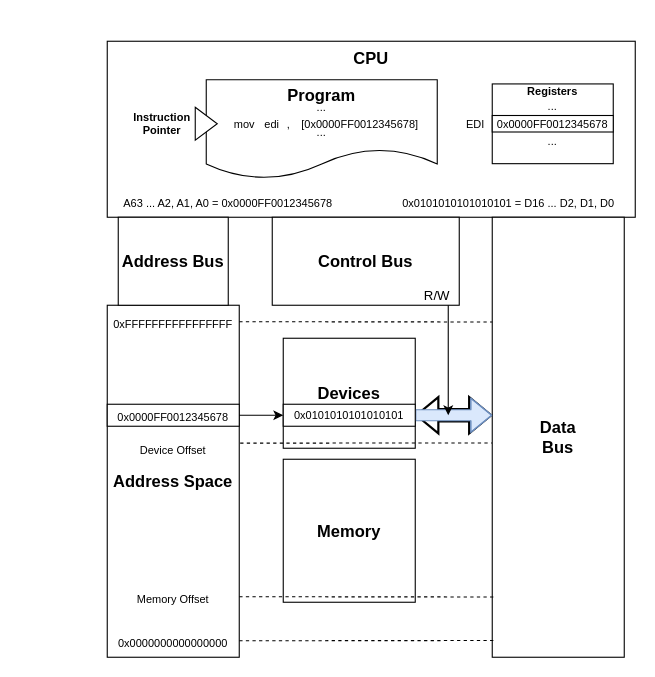
This is page "MMIO" (1 of 2) of mmio_and_pmio.drawio from vmuxIO/diagrams, a draw.io file, before an edit. Source tidied: cells renumbered, new cells numbered last; positions are measured from the earlier drawing's top-left corner, leaving out a move shared by most shapes. Both pictures are drawn from the tidied source at 110%, with x=0, y=0 at pixel (107, 41).
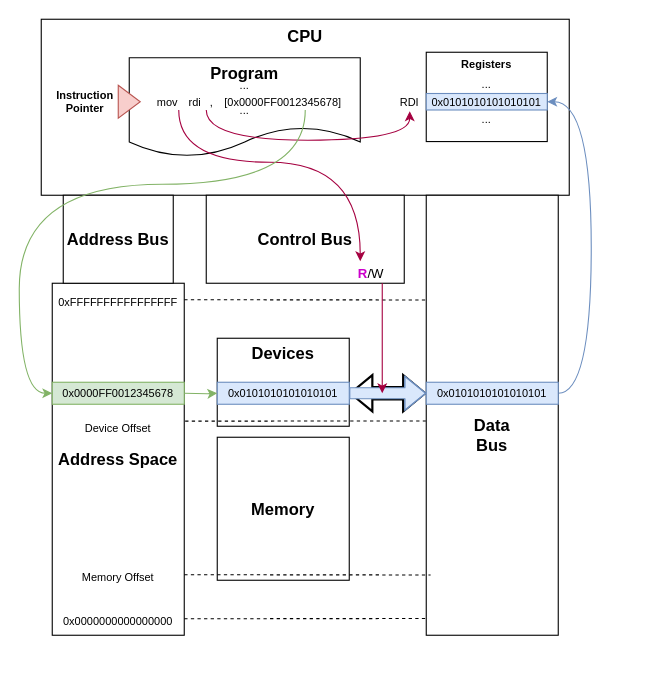
The same diagram, later.

What changed in the source:
```diff
@@
     <mxCell id="2" value="&lt;div&gt;&lt;font style=&quot;font-size: 15px;&quot;&gt;CPU&lt;br&gt;&lt;/font&gt;&lt;/div&gt;&lt;div&gt;&lt;br&gt;&lt;/div&gt;&lt;div&gt;&lt;br&gt;&lt;/div&gt;&lt;div&gt;&lt;br&gt;&lt;/div&gt;&lt;div&gt;&lt;br&gt;&lt;/div&gt;&lt;div&gt;&lt;br&gt;&lt;font style=&quot;font-size: 15px;&quot;&gt;&lt;/font&gt;&lt;/div&gt;&lt;div&gt;&lt;br&gt;&lt;/div&gt;&lt;div&gt;&lt;br&gt;&lt;/div&gt;&lt;div&gt;&lt;br&gt;&lt;/div&gt;&lt;div&gt;&lt;br&gt;&lt;/div&gt;" style="rounded=0;whiteSpace=wrap;html=1;fontStyle=1;" parent="1" vertex="1">
-      <mxGeometry width="480" height="160" as="geometry" />
+      <mxGeometry x="-60" y="-20" width="480" height="160" as="geometry" />
     </mxCell>
     <mxCell id="3" value="&lt;b&gt;Address Space&lt;/b&gt;" style="rounded=0;whiteSpace=wrap;html=1;fontSize=15;" parent="1" vertex="1">
-      <mxGeometry y="240" width="120" height="320" as="geometry" />
+      <mxGeometry x="-50" y="220" width="120" height="320" as="geometry" />
     </mxCell>
     <mxCell id="4" value="&lt;b&gt;Memory&lt;/b&gt;" style="rounded=0;whiteSpace=wrap;html=1;fontSize=15;" parent="1" vertex="1">
-      <mxGeometry x="160" y="380" width="120" height="130" as="geometry" />
+      <mxGeometry x="100" y="360" width="120" height="130" as="geometry" />
     </mxCell>
+    <mxCell id="41" style="edgeStyle=orthogonalEdgeStyle;rounded=0;jettySize=auto;html=1;entryX=1;entryY=0.5;entryDx=0;entryDy=0;fontSize=10;fontColor=#3399FF;strokeWidth=1;fillColor=#dae8fc;strokeColor=#6c8ebf;curved=1;exitX=1;exitY=0.5;exitDx=0;exitDy=0;" parent="1" edge="1" source="46" target="37">
+      <mxGeometry relative="1" as="geometry">
+        <Array as="points">
+          <mxPoint x="440" y="320" />
+          <mxPoint x="440" y="55" />
+        </Array>
+      </mxGeometry>
+    </mxCell>
-    <mxCell id="5" value="&lt;div&gt;&lt;b&gt;Data&lt;/b&gt;&lt;/div&gt;&lt;div&gt;&lt;b&gt;Bus&lt;br&gt;&lt;/b&gt;&lt;/div&gt;" style="rounded=0;whiteSpace=wrap;html=1;fontSize=15;" parent="1" vertex="1">
-      <mxGeometry x="350" y="160" width="120" height="400" as="geometry" />
+    <mxCell id="5" value="&lt;div&gt;&lt;br&gt;&lt;/div&gt;&lt;div&gt;&lt;br&gt;&lt;/div&gt;&lt;div&gt;&lt;b&gt;Data&lt;/b&gt;&lt;/div&gt;&lt;div&gt;&lt;b&gt;Bus&lt;br&gt;&lt;/b&gt;&lt;/div&gt;" style="rounded=0;whiteSpace=wrap;html=1;fontSize=15;" parent="1" vertex="1">
+      <mxGeometry x="290" y="140" width="120" height="400" as="geometry" />
     </mxCell>
     <mxCell id="6" value="&lt;b&gt;Address Bus&lt;/b&gt;" style="rounded=0;whiteSpace=wrap;html=1;fontSize=15;" parent="1" vertex="1">
-      <mxGeometry x="10" y="160" width="100" height="80" as="geometry" />
+      <mxGeometry x="-40" y="140" width="100" height="80" as="geometry" />
     </mxCell>
-    <mxCell id="7" value="&lt;b&gt;Devices&lt;/b&gt;" style="rounded=0;whiteSpace=wrap;html=1;fontSize=15;" parent="1" vertex="1">
-      <mxGeometry x="160" y="270" width="120" height="100" as="geometry" />
+    <mxCell id="7" value="&lt;div&gt;&lt;b&gt;Devices&lt;br&gt;&lt;/b&gt;&lt;/div&gt;&lt;div&gt;&lt;br&gt;&lt;b&gt;&lt;/b&gt;&lt;/div&gt;&lt;div&gt;&lt;br&gt;&lt;/div&gt;&lt;div&gt;&lt;br&gt;&lt;/div&gt;" style="rounded=0;whiteSpace=wrap;html=1;fontSize=15;" parent="1" vertex="1">
+      <mxGeometry x="100" y="270" width="120" height="80" as="geometry" />
     </mxCell>
     <mxCell id="8" value="&lt;font style=&quot;font-size: 10px;&quot;&gt;0x0000000000000000&lt;/font&gt;" style="text;html=1;strokeColor=none;fillColor=none;align=center;verticalAlign=middle;whiteSpace=wrap;rounded=0;fontSize=15;" parent="1" vertex="1">
-      <mxGeometry y="530" width="120" height="30" as="geometry" />
+      <mxGeometry x="-50" y="510" width="120" height="30" as="geometry" />
     </mxCell>
     <mxCell id="9" value="&lt;font style=&quot;font-size: 10px;&quot;&gt;0xFFFFFFFFFFFFFFFF&lt;/font&gt;" style="text;html=1;strokeColor=none;fillColor=none;align=center;verticalAlign=middle;whiteSpace=wrap;rounded=0;fontSize=15;" parent="1" vertex="1">
-      <mxGeometry y="240" width="120" height="30" as="geometry" />
+      <mxGeometry x="-50" y="220" width="120" height="30" as="geometry" />
     </mxCell>
     <mxCell id="10" value="&lt;font style=&quot;font-size: 10px;&quot;&gt;Memory Offset&lt;/font&gt;" style="text;html=1;strokeColor=none;fillColor=none;align=center;verticalAlign=middle;whiteSpace=wrap;rounded=0;fontSize=15;" parent="1" vertex="1">
-      <mxGeometry y="490" width="120" height="30" as="geometry" />
+      <mxGeometry x="-50" y="470" width="120" height="30" as="geometry" />
     </mxCell>
@@
     <mxCell id="14" value="&lt;font style=&quot;font-size: 10px;&quot;&gt;Device Offset&lt;/font&gt;" style="text;html=1;strokeColor=none;fillColor=none;align=center;verticalAlign=middle;whiteSpace=wrap;rounded=0;fontSize=15;" parent="1" vertex="1">
-      <mxGeometry y="355" width="120" height="30" as="geometry" />
+      <mxGeometry x="-50" y="335" width="120" height="30" as="geometry" />
     </mxCell>
@@
-    <mxCell id="16" value="&lt;font style=&quot;font-size: 10px;&quot;&gt;A63 ... A2, A1, A0 = 0x0000FF0012345678&lt;/font&gt;" style="text;html=1;strokeColor=none;fillColor=none;align=center;verticalAlign=middle;whiteSpace=wrap;rounded=0;fontSize=15;" parent="1" vertex="1">
-      <mxGeometry y="130" width="220" height="30" as="geometry" />
-    </mxCell>
-    <mxCell id="17" value="&lt;font style=&quot;font-size: 10px;&quot;&gt;0x0101010101010101 = D16 ... D2, D1, D0&lt;/font&gt;" style="text;html=1;strokeColor=none;fillColor=none;align=center;verticalAlign=middle;whiteSpace=wrap;rounded=0;fontSize=15;" parent="1" vertex="1">
-      <mxGeometry x="250" y="130" width="230" height="30" as="geometry" />
-    </mxCell>
     <mxCell id="18" value="&lt;font style=&quot;font-size: 15px;&quot;&gt;&lt;b&gt;Control Bus&lt;/b&gt;&lt;/font&gt;" style="rounded=0;whiteSpace=wrap;html=1;fontSize=10;" parent="1" vertex="1">
-      <mxGeometry x="150" y="160" width="170" height="80" as="geometry" />
+      <mxGeometry x="90" y="140" width="180" height="80" as="geometry" />
     </mxCell>
     <mxCell id="19" style="shape=flexArrow;endArrow=classic;startArrow=classic;html=1;rounded=0;fontSize=15;exitX=1;exitY=0.5;exitDx=0;exitDy=0;strokeWidth=2;" parent="1" edge="1" source="22">
       <mxGeometry relative="1" as="geometry">
-        <mxPoint x="350" y="340" as="targetPoint" />
+        <mxPoint x="290" y="320" as="targetPoint" />
       </mxGeometry>
     </mxCell>
-    <mxCell id="20" value="&lt;font style=&quot;font-size: 12px;&quot;&gt;R/W&lt;/font&gt;" style="text;html=1;strokeColor=none;fillColor=none;align=center;verticalAlign=middle;whiteSpace=wrap;rounded=0;fontSize=15;" parent="1" vertex="1">
-      <mxGeometry x="280" y="220" width="40" height="20" as="geometry" />
+    <mxCell id="20" value="&lt;font style=&quot;font-size: 12px;&quot;&gt;&lt;font color=&quot;#CC00CC&quot;&gt;&lt;b&gt;R&lt;/b&gt;&lt;/font&gt;/W&lt;/font&gt;" style="text;html=1;strokeColor=none;fillColor=none;align=center;verticalAlign=middle;whiteSpace=wrap;rounded=0;fontSize=15;" parent="1" vertex="1">
+      <mxGeometry x="220" y="200" width="40" height="20" as="geometry" />
     </mxCell>
     <mxCell id="21" style="edgeStyle=orthogonalEdgeStyle;rounded=0;jettySize=auto;html=1;fontSize=10;shape=flexArrow;fillColor=#dae8fc;strokeColor=#6c8ebf;" parent="1" edge="1" source="22">
       <mxGeometry relative="1" as="geometry">
-        <mxPoint x="350" y="340" as="targetPoint" />
+        <mxPoint x="290" y="320" as="targetPoint" />
       </mxGeometry>
     </mxCell>
-    <mxCell id="22" value="&lt;font style=&quot;font-size: 10px;&quot;&gt;0x0101010101010101&lt;/font&gt;" style="rounded=0;whiteSpace=wrap;html=1;fontSize=12;" parent="1" vertex="1">
-      <mxGeometry x="160" y="330" width="120" height="20" as="geometry" />
+    <mxCell id="22" value="&lt;font style=&quot;font-size: 10px;&quot;&gt;0x0101010101010101&lt;/font&gt;" style="rounded=0;whiteSpace=wrap;html=1;fontSize=12;fillColor=#dae8fc;strokeColor=#6c8ebf;" parent="1" vertex="1">
+      <mxGeometry x="100" y="310" width="120" height="20" as="geometry" />
     </mxCell>
-    <mxCell id="23" style="rounded=0;whiteSpace=wrap;html=1;fontSize=12;" parent="1" vertex="1">
-      <mxGeometry y="330" width="120" height="20" as="geometry" />
+    <mxCell id="23" value="&lt;font style=&quot;font-size: 10px;&quot;&gt;0x0000FF0012345678&lt;/font&gt;" style="rounded=0;whiteSpace=wrap;html=1;fontSize=12;fillColor=#d5e8d4;strokeColor=#82b366;" parent="1" vertex="1">
+      <mxGeometry x="-50" y="310" width="120" height="20" as="geometry" />
     </mxCell>
-    <mxCell id="24" style="edgeStyle=orthogonalEdgeStyle;rounded=0;jettySize=auto;html=1;entryX=0;entryY=0.5;entryDx=0;entryDy=0;fontSize=12;" parent="1" edge="1" source="25" target="22">
-      <mxGeometry relative="1" as="geometry" />
-    </mxCell>
-    <mxCell id="25" value="&lt;font style=&quot;font-size: 10px;&quot;&gt;0x0000FF0012345678&lt;/font&gt;" style="text;html=1;strokeColor=none;fillColor=none;align=center;verticalAlign=middle;whiteSpace=wrap;rounded=0;fontSize=15;" parent="1" vertex="1">
-      <mxGeometry y="325" width="120" height="30" as="geometry" />
-    </mxCell>
+    <mxCell id="42" style="edgeStyle=orthogonalEdgeStyle;rounded=0;jettySize=auto;html=1;fontSize=10;fontColor=#0000FF;strokeWidth=1;fillColor=#d5e8d4;strokeColor=#82b366;" parent="1" edge="1" target="22">
+      <mxGeometry relative="1" as="geometry">
+        <mxPoint x="70" y="320" as="sourcePoint" />
+      </mxGeometry>
+    </mxCell>
     <mxCell id="26" value="&lt;div&gt;&lt;b&gt;Program&lt;/b&gt;&lt;/div&gt;&lt;br&gt;&lt;div&gt;&lt;br&gt;&lt;/div&gt;" style="shape=document;whiteSpace=wrap;html=1;boundedLbl=1;fontSize=15;" parent="1" vertex="1">
-      <mxGeometry x="90" y="35" width="210" height="90" as="geometry" />
+      <mxGeometry x="20" y="15" width="210" height="90" as="geometry" />
     </mxCell>
-    <mxCell id="27" style="triangle;whiteSpace=wrap;html=1;fontSize=10;" parent="1" vertex="1">
-      <mxGeometry x="80" y="60" width="20" height="30" as="geometry" />
+    <mxCell id="27" style="triangle;whiteSpace=wrap;html=1;fontSize=10;fillColor=#f8cecc;strokeColor=#b85450;" parent="1" vertex="1">
+      <mxGeometry x="10" y="40" width="20" height="30" as="geometry" />
     </mxCell>
     <mxCell id="28" value="&lt;b&gt;Instruction Pointer&lt;/b&gt;" style="text;html=1;strokeColor=none;fillColor=none;align=center;verticalAlign=middle;whiteSpace=wrap;rounded=0;fontSize=10;" parent="1" vertex="1">
-      <mxGeometry x="20" y="60" width="60" height="30" as="geometry" />
+      <mxGeometry x="-50" y="40" width="60" height="30" as="geometry" />
     </mxCell>
-    <mxCell id="29" style="edgeStyle=orthogonalEdgeStyle;rounded=0;jettySize=auto;html=1;fontSize=12;" parent="1" edge="1" source="20">
+    <mxCell id="29" style="edgeStyle=orthogonalEdgeStyle;rounded=0;jettySize=auto;html=1;fontSize=12;fillColor=#d80073;strokeColor=#A50040;" parent="1" edge="1" source="20">
       <mxGeometry relative="1" as="geometry">
-        <mxPoint x="310" y="340" as="targetPoint" />
+        <mxPoint x="250" y="320" as="targetPoint" />
         <Array as="points">
-          <mxPoint x="310" y="290" />
-          <mxPoint x="310" y="290" />
+          <mxPoint x="250" y="270" />
+          <mxPoint x="250" y="270" />
         </Array>
       </mxGeometry>
     </mxCell>
+    <mxCell id="43" style="edgeStyle=orthogonalEdgeStyle;rounded=0;jettySize=auto;html=1;entryX=0.25;entryY=0;entryDx=0;entryDy=0;fontSize=10;fontColor=#FF33FF;strokeWidth=1;curved=1;fillColor=#d80073;strokeColor=#A50040;" parent="1" edge="1" source="30" target="20">
+      <mxGeometry relative="1" as="geometry">
+        <Array as="points">
+          <mxPoint x="65" y="110" />
+          <mxPoint x="230" y="110" />
+        </Array>
+      </mxGeometry>
+    </mxCell>
     <mxCell id="30" value="mov" style="text;html=1;strokeColor=none;fillColor=none;align=center;verticalAlign=middle;whiteSpace=wrap;rounded=0;fontSize=10;" parent="1" vertex="1">
-      <mxGeometry x="110" y="67.5" width="30" height="15" as="geometry" />
+      <mxGeometry x="40" y="47.5" width="30" height="15" as="geometry" />
     </mxCell>
+    <mxCell id="44" style="edgeStyle=orthogonalEdgeStyle;curved=1;rounded=0;jettySize=auto;html=1;fontSize=10;fontColor=#CC00CC;strokeWidth=1;fillColor=#d80073;strokeColor=#A50040;" parent="1" edge="1" source="31" target="38">
+      <mxGeometry relative="1" as="geometry">
+        <Array as="points">
+          <mxPoint x="90" y="90" />
+          <mxPoint x="275" y="90" />
+        </Array>
+      </mxGeometry>
+    </mxCell>
-    <mxCell id="31" value="edi" style="text;html=1;strokeColor=none;fillColor=none;align=center;verticalAlign=middle;whiteSpace=wrap;rounded=0;fontSize=10;" parent="1" vertex="1">
-      <mxGeometry x="140" y="67.5" width="20" height="15" as="geometry" />
+    <mxCell id="31" value="rdi" style="text;html=1;strokeColor=none;fillColor=none;align=center;verticalAlign=middle;whiteSpace=wrap;rounded=0;fontSize=10;" parent="1" vertex="1">
+      <mxGeometry x="70" y="47.5" width="20" height="15" as="geometry" />
     </mxCell>
     <mxCell id="32" value="[0x0000FF0012345678]" style="text;html=1;strokeColor=none;fillColor=none;align=center;verticalAlign=middle;whiteSpace=wrap;rounded=0;fontSize=10;" parent="1" vertex="1">
-      <mxGeometry x="180" y="67.5" width="100" height="15" as="geometry" />
+      <mxGeometry x="110" y="47.5" width="100" height="15" as="geometry" />
     </mxCell>
     <mxCell id="33" value="," style="text;html=1;strokeColor=none;fillColor=none;align=center;verticalAlign=middle;whiteSpace=wrap;rounded=0;fontSize=10;" parent="1" vertex="1">
-      <mxGeometry x="160" y="67.5" width="10" height="15" as="geometry" />
+      <mxGeometry x="90" y="47.5" width="10" height="15" as="geometry" />
     </mxCell>
     <mxCell id="34" value="..." style="text;html=1;strokeColor=none;fillColor=none;align=center;verticalAlign=middle;whiteSpace=wrap;rounded=0;fontSize=10;" parent="1" vertex="1">
-      <mxGeometry x="90" y="52.5" width="210" height="15" as="geometry" />
+      <mxGeometry x="20" y="32.5" width="210" height="15" as="geometry" />
     </mxCell>
     <mxCell id="35" value="..." style="text;html=1;strokeColor=none;fillColor=none;align=center;verticalAlign=middle;whiteSpace=wrap;rounded=0;fontSize=10;" parent="1" vertex="1">
-      <mxGeometry x="90" y="75" width="210" height="15" as="geometry" />
+      <mxGeometry x="20" y="55" width="210" height="15" as="geometry" />
     </mxCell>
     <mxCell id="36" value="&lt;div&gt;&lt;b&gt;Registers&lt;/b&gt;&lt;/div&gt;&lt;div&gt;&lt;b&gt;&lt;br&gt;&lt;/b&gt;&lt;/div&gt;&lt;div&gt;&lt;b&gt;&lt;br&gt;&lt;/b&gt;&lt;/div&gt;&lt;div&gt;&lt;b&gt;&lt;br&gt;&lt;/b&gt;&lt;/div&gt;&lt;div&gt;&lt;b&gt;&lt;br&gt;&lt;/b&gt;&lt;/div&gt;&lt;div&gt;&lt;b&gt;&lt;br&gt;&lt;/b&gt;&lt;/div&gt;" style="rounded=0;whiteSpace=wrap;html=1;fontSize=10;" parent="1" vertex="1">
-      <mxGeometry x="350" y="38.8" width="110" height="72.5" as="geometry" />
+      <mxGeometry x="290" y="10" width="110" height="81.2" as="geometry" />
     </mxCell>
-    <mxCell id="37" value="0x0000FF0012345678" style="rounded=0;whiteSpace=wrap;html=1;fontSize=10;" parent="1" vertex="1">
-      <mxGeometry x="350" y="67.5" width="110" height="15" as="geometry" />
+    <mxCell id="37" value="0x0101010101010101" style="rounded=0;whiteSpace=wrap;html=1;fontSize=10;fillColor=#dae8fc;strokeColor=#6c8ebf;" parent="1" vertex="1">
+      <mxGeometry x="290" y="47.5" width="110" height="15" as="geometry" />
     </mxCell>
-    <mxCell id="38" value="EDI" style="text;html=1;strokeColor=none;fillColor=none;align=center;verticalAlign=middle;whiteSpace=wrap;rounded=0;fontSize=10;" parent="1" vertex="1">
-      <mxGeometry x="320" y="66.2" width="30" height="17.5" as="geometry" />
+    <mxCell id="38" value="RDI" style="text;html=1;strokeColor=none;fillColor=none;align=center;verticalAlign=middle;whiteSpace=wrap;rounded=0;fontSize=10;" parent="1" vertex="1">
+      <mxGeometry x="260" y="46.2" width="30" height="17.5" as="geometry" />
     </mxCell>
     <mxCell id="39" value="..." style="text;html=1;strokeColor=none;fillColor=none;align=center;verticalAlign=middle;whiteSpace=wrap;rounded=0;fontSize=10;" parent="1" vertex="1">
-      <mxGeometry x="375" y="51.2" width="60" height="15" as="geometry" />
+      <mxGeometry x="315" y="31.2" width="60" height="15" as="geometry" />
     </mxCell>
     <mxCell id="40" value="..." style="text;html=1;strokeColor=none;fillColor=none;align=center;verticalAlign=middle;whiteSpace=wrap;rounded=0;fontSize=10;" parent="1" vertex="1">
-      <mxGeometry x="375" y="83.8" width="60" height="15" as="geometry" />
+      <mxGeometry x="315" y="63.8" width="60" height="15" as="geometry" />
     </mxCell>
+    <mxCell id="45" style="edgeStyle=orthogonalEdgeStyle;rounded=0;orthogonalLoop=1;jettySize=auto;html=1;entryX=0.5;entryY=0.167;entryDx=0;entryDy=0;entryPerimeter=0;fontSize=10;fontColor=#0000FF;strokeWidth=2;strokeColor=none;" parent="1" edge="1">
+      <mxGeometry relative="1" as="geometry">
+        <mxPoint x="10" y="140" as="sourcePoint" />
+        <mxPoint x="10" y="310" as="targetPoint" />
+        <Array as="points">
+          <mxPoint x="10" y="180" />
+          <mxPoint x="10" y="180" />
+        </Array>
+      </mxGeometry>
+    </mxCell>
+    <mxCell id="46" value="&lt;font style=&quot;font-size: 10px;&quot;&gt;0x0101010101010101&lt;/font&gt;" style="rounded=0;whiteSpace=wrap;html=1;fontSize=12;fillColor=#dae8fc;strokeColor=#6c8ebf;" parent="1" vertex="1">
+      <mxGeometry x="290" y="310" width="120" height="20" as="geometry" />
+    </mxCell>
+    <mxCell id="47" style="edgeStyle=orthogonalEdgeStyle;rounded=0;jettySize=auto;html=1;entryX=0;entryY=0.5;entryDx=0;entryDy=0;fontSize=10;fontColor=#0000FF;strokeWidth=1;fillColor=#d5e8d4;strokeColor=#82b366;curved=1;" parent="1" edge="1" source="32" target="23">
+      <mxGeometry relative="1" as="geometry">
+        <Array as="points">
+          <mxPoint x="180" y="130" />
+          <mxPoint x="-80" y="130" />
+          <mxPoint x="-80" y="320" />
+        </Array>
+      </mxGeometry>
+    </mxCell>
```
